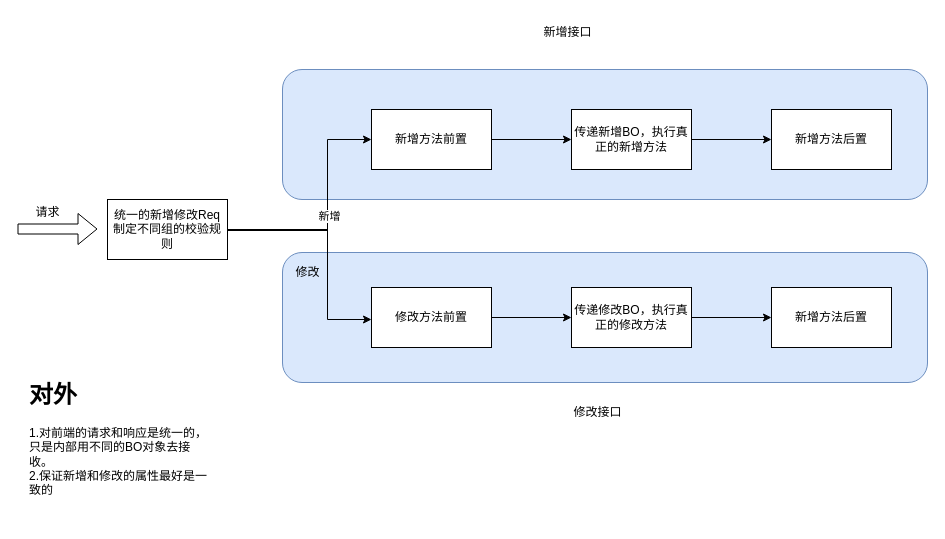
Before: 未命名绘图.drawio in yanglaiyi/cloud_image, a draw.io diagram. Source tidied: cells renumbered, new cells numbered last; positions are measured from the earlier drawing's top-left corner, leaving out a move shared by most shapes. Both pictures are drawn from the tidied source at 100%, with x=0, y=0 at pixel (17, 17).
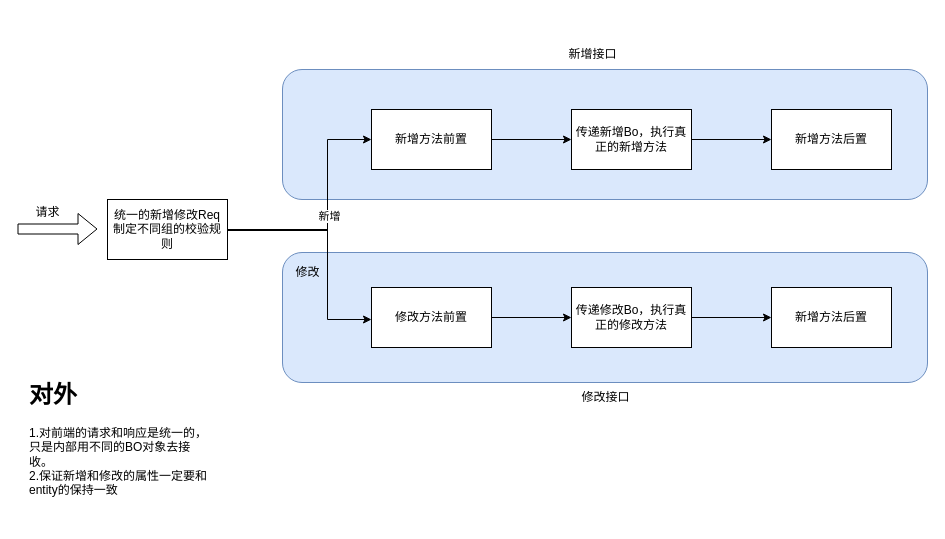
The same page after the edit.

Commit message:
更新未命名绘图.drawio

Diff of the diagram source:
```diff
@@
-    <mxCell id="16" value="传递新增BO，执行真正的新增方法" style="rounded=0;whiteSpace=wrap;html=1;" parent="1" vertex="1">
+    <mxCell id="16" value="传递新增Bo，执行真正的新增方法" style="rounded=0;whiteSpace=wrap;html=1;" parent="1" vertex="1">
       <mxGeometry x="554" y="92" width="120" height="60" as="geometry" />
     </mxCell>
@@
-    <mxCell id="18" value="传递修改BO，执行真正的修改方法" style="rounded=0;whiteSpace=wrap;html=1;" parent="1" vertex="1">
+    <mxCell id="18" value="传递修改Bo，执行真正的修改方法" style="rounded=0;whiteSpace=wrap;html=1;" parent="1" vertex="1">
       <mxGeometry x="554" y="270" width="120" height="60" as="geometry" />
     </mxCell>
@@
-    <mxCell id="21" value="&lt;h1 style=&quot;margin-top: 0px;&quot;&gt;对外&lt;/h1&gt;&lt;div&gt;1.对前端的请求和响应是统一的，只是内部用不同的BO对象去接收。&lt;/div&gt;&lt;div&gt;2.保证新增和修改的属性最好是一致的&lt;/div&gt;&lt;p&gt;&lt;br&gt;&lt;/p&gt;" style="text;html=1;whiteSpace=wrap;overflow=hidden;rounded=0;" parent="1" vertex="1">
+    <mxCell id="21" value="&lt;h1 style=&quot;margin-top: 0px;&quot;&gt;对外&lt;/h1&gt;&lt;div&gt;1.对前端的请求和响应是统一的，只是内部用不同的BO对象去接收。&lt;/div&gt;&lt;div&gt;2.保证新增和修改的属性一定要和entity的保持一致&lt;/div&gt;&lt;p&gt;&lt;br&gt;&lt;/p&gt;" style="text;html=1;whiteSpace=wrap;overflow=hidden;rounded=0;" parent="1" vertex="1">
       <mxGeometry x="10" y="357" width="180" height="145" as="geometry" />
     </mxCell>
     <mxCell id="22" value="新增接口" style="text;html=1;align=center;verticalAlign=middle;strokeColor=none;fillColor=none;" parent="1" vertex="1">
-      <mxGeometry x="515" width="70" height="30" as="geometry" />
+      <mxGeometry x="540" y="22" width="70" height="30" as="geometry" />
     </mxCell>
     <mxCell id="23" value="修改接口" style="text;html=1;align=center;verticalAlign=middle;strokeColor=none;fillColor=none;" parent="1" vertex="1">
-      <mxGeometry x="545" y="380" width="70" height="30" as="geometry" />
+      <mxGeometry x="552.5" y="365" width="70" height="30" as="geometry" />
     </mxCell>
```
